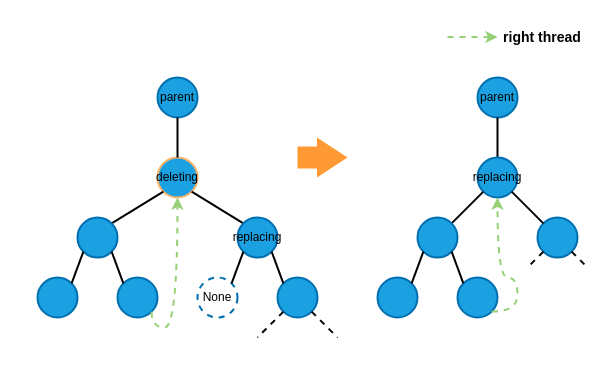
Before: page "two_children_1" (4 of 6) of diagrams/right_tbst_delete.drawio in burpeesDaily/forest-python, a draw.io diagram. Source tidied: cells renumbered, new cells numbered last; positions are measured from the earlier drawing's top-left corner, leaving out a move shared by most shapes. Both pictures are drawn from the tidied source at 100%, with x=0, y=0 at pixel (17, 17).
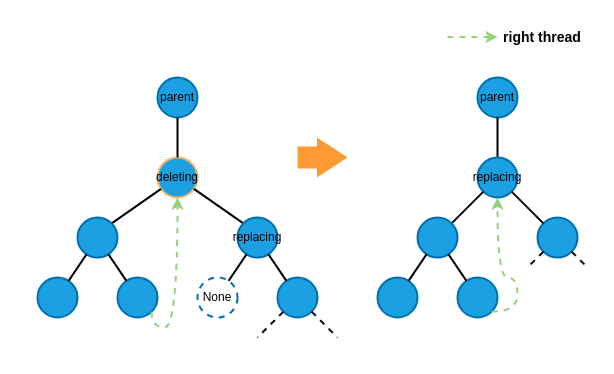
The same diagram, later.

The change refers to these unchanged cells:
```xml
<mxCell id="4" value="&lt;font color=&quot;#000000&quot;&gt;deleting&lt;/font&gt;" style="ellipse;whiteSpace=wrap;html=1;strokeColor=#FFB366;strokeWidth=2;fillColor=#1ba1e2;fontColor=#ffffff;" parent="1" vertex="1">
  <mxGeometry x="140" y="140" width="40" height="40" as="geometry" />
</mxCell>
<mxCell id="8" value="&lt;font color=&quot;#000000&quot;&gt;replacing&lt;/font&gt;" style="ellipse;whiteSpace=wrap;html=1;strokeColor=#006EAF;strokeWidth=2;fillColor=#1ba1e2;fontColor=#ffffff;direction=south;" parent="1" vertex="1">
  <mxGeometry x="220" y="200" width="40" height="40" as="geometry" />
</mxCell>
<mxCell id="10" style="ellipse;whiteSpace=wrap;html=1;strokeColor=#006EAF;strokeWidth=2;fillColor=#1ba1e2;fontColor=#ffffff;direction=south;" parent="1" vertex="1">
  <mxGeometry x="60" y="200" width="40" height="40" as="geometry" />
</mxCell>
<mxCell id="11" style="ellipse;whiteSpace=wrap;html=1;strokeColor=#006EAF;strokeWidth=2;fillColor=#1ba1e2;fontColor=#ffffff;direction=south;" parent="1" vertex="1">
  <mxGeometry x="20" y="260" width="40" height="40" as="geometry" />
</mxCell>
<mxCell id="12" style="ellipse;whiteSpace=wrap;html=1;strokeColor=#006EAF;strokeWidth=2;fillColor=#1ba1e2;fontColor=#ffffff;direction=south;" parent="1" vertex="1">
  <mxGeometry x="100" y="260" width="40" height="40" as="geometry" />
</mxCell>
<mxCell id="13" style="ellipse;whiteSpace=wrap;html=1;strokeColor=#006EAF;strokeWidth=2;fillColor=#1ba1e2;fontColor=#ffffff;direction=south;" parent="1" vertex="1">
  <mxGeometry x="260" y="260" width="40" height="40" as="geometry" />
</mxCell>
<mxCell id="22" style="ellipse;whiteSpace=wrap;html=1;strokeColor=#006EAF;strokeWidth=2;fillColor=#1ba1e2;fontColor=#ffffff;direction=south;" parent="1" vertex="1">
  <mxGeometry x="400" y="200" width="40" height="40" as="geometry" />
</mxCell>
<mxCell id="23" style="ellipse;whiteSpace=wrap;html=1;strokeColor=#006EAF;strokeWidth=2;fillColor=#1ba1e2;fontColor=#ffffff;direction=south;" parent="1" vertex="1">
  <mxGeometry x="360" y="260" width="40" height="40" as="geometry" />
</mxCell>
<mxCell id="24" style="ellipse;whiteSpace=wrap;html=1;strokeColor=#006EAF;strokeWidth=2;fillColor=#1ba1e2;fontColor=#ffffff;direction=south;" parent="1" vertex="1">
  <mxGeometry x="440" y="260" width="40" height="40" as="geometry" />
</mxCell>
<mxCell id="34" value="&lt;font color=&quot;#000000&quot;&gt;None&lt;/font&gt;" style="ellipse;whiteSpace=wrap;html=1;strokeColor=#006EAF;strokeWidth=2;fillColor=none;fontColor=#ffffff;dashed=1;" parent="1" vertex="1">
  <mxGeometry x="180" y="260" width="40" height="40" as="geometry" />
</mxCell>
```

The edit, as a diff of the source:
```diff
@@
-    <mxCell id="6" style="endArrow=none;html=1;strokeColor=#000000;strokeWidth=2;entryX=1;entryY=1;entryDx=0;entryDy=0;exitX=0;exitY=1;exitDx=0;exitDy=0;" parent="1" edge="1" source="8" target="4">
+    <mxCell id="6" style="endArrow=none;html=1;strokeColor=#000000;strokeWidth=2;exitX=0;exitY=1;exitDx=0;exitDy=0;" parent="1" edge="1" source="8" target="4">
       <mxGeometry relative="1" as="geometry" />
     </mxCell>
@@
-    <mxCell id="9" style="endArrow=none;html=1;strokeColor=#000000;strokeWidth=2;entryX=0;entryY=1;entryDx=0;entryDy=0;exitX=0;exitY=0;exitDx=0;exitDy=0;" parent="1" edge="1" source="10" target="4">
+    <mxCell id="9" style="endArrow=none;html=1;strokeColor=#000000;strokeWidth=2;exitX=0;exitY=0;exitDx=0;exitDy=0;" parent="1" edge="1" source="10" target="4">
       <mxGeometry relative="1" as="geometry" />
     </mxCell>
@@
-    <mxCell id="14" style="endArrow=none;html=1;strokeColor=#000000;strokeWidth=2;entryX=0;entryY=1;entryDx=0;entryDy=0;exitX=1;exitY=0;exitDx=0;exitDy=0;" parent="1" edge="1" source="8" target="13">
+    <mxCell id="14" style="endArrow=none;html=1;strokeColor=#000000;strokeWidth=2;" parent="1" edge="1" source="8" target="13">
       <mxGeometry relative="1" as="geometry" />
     </mxCell>
-    <mxCell id="15" style="endArrow=none;html=1;strokeColor=#000000;strokeWidth=2;entryX=0;entryY=0;entryDx=0;entryDy=0;exitX=1;exitY=1;exitDx=0;exitDy=0;" parent="1" edge="1" source="10" target="11">
+    <mxCell id="15" style="endArrow=none;html=1;strokeColor=#000000;strokeWidth=2;" parent="1" edge="1" source="10" target="11">
       <mxGeometry relative="1" as="geometry" />
     </mxCell>
-    <mxCell id="16" style="endArrow=none;html=1;strokeColor=#000000;strokeWidth=2;entryX=0;entryY=1;entryDx=0;entryDy=0;exitX=1;exitY=0;exitDx=0;exitDy=0;" parent="1" edge="1" source="10" target="12">
+    <mxCell id="16" style="endArrow=none;html=1;strokeColor=#000000;strokeWidth=2;" parent="1" edge="1" source="10" target="12">
       <mxGeometry relative="1" as="geometry" />
     </mxCell>
@@
-    <mxCell id="27" style="endArrow=none;html=1;strokeColor=#000000;strokeWidth=2;entryX=0;entryY=0;entryDx=0;entryDy=0;exitX=1;exitY=1;exitDx=0;exitDy=0;" parent="1" edge="1" source="22" target="23">
+    <mxCell id="27" style="endArrow=none;html=1;strokeColor=#000000;strokeWidth=2;" parent="1" edge="1" source="22" target="23">
       <mxGeometry relative="1" as="geometry" />
     </mxCell>
-    <mxCell id="28" style="endArrow=none;html=1;strokeColor=#000000;strokeWidth=2;entryX=0;entryY=1;entryDx=0;entryDy=0;exitX=1;exitY=0;exitDx=0;exitDy=0;" parent="1" edge="1" source="22" target="24">
+    <mxCell id="28" style="endArrow=none;html=1;strokeColor=#000000;strokeWidth=2;" parent="1" edge="1" source="22" target="24">
       <mxGeometry relative="1" as="geometry" />
     </mxCell>
@@
-    <mxCell id="35" style="endArrow=none;html=1;strokeColor=#000000;strokeWidth=2;entryX=1;entryY=0;entryDx=0;entryDy=0;exitX=1;exitY=1;exitDx=0;exitDy=0;" parent="1" edge="1" source="8" target="34">
+    <mxCell id="35" style="endArrow=none;html=1;strokeColor=#000000;strokeWidth=2;" parent="1" edge="1" source="8" target="34">
       <mxGeometry relative="1" as="geometry" />
     </mxCell>
```
